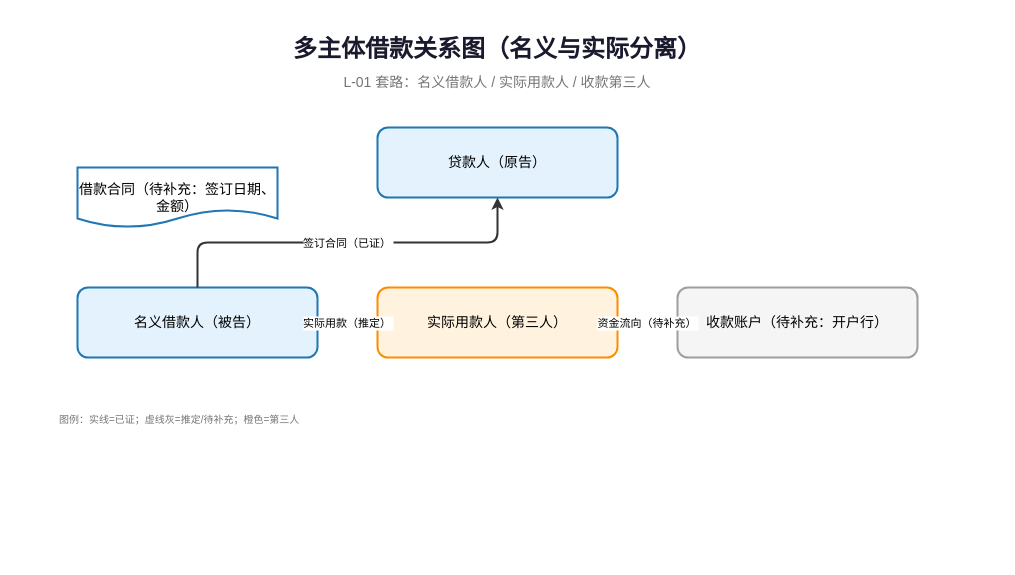
The draw.io diagram skills/legal-visualization/templates/litigation/multi-party-relation.drawio in Verchiel666/legal-skills, before the edit. Source tidied: cells renumbered, new cells numbered last; positions are measured from the earlier drawing's top-left corner, leaving out a move shared by most shapes. Both pictures are drawn from the tidied source at 100%, with x=0, y=0 at pixel (57, 27).
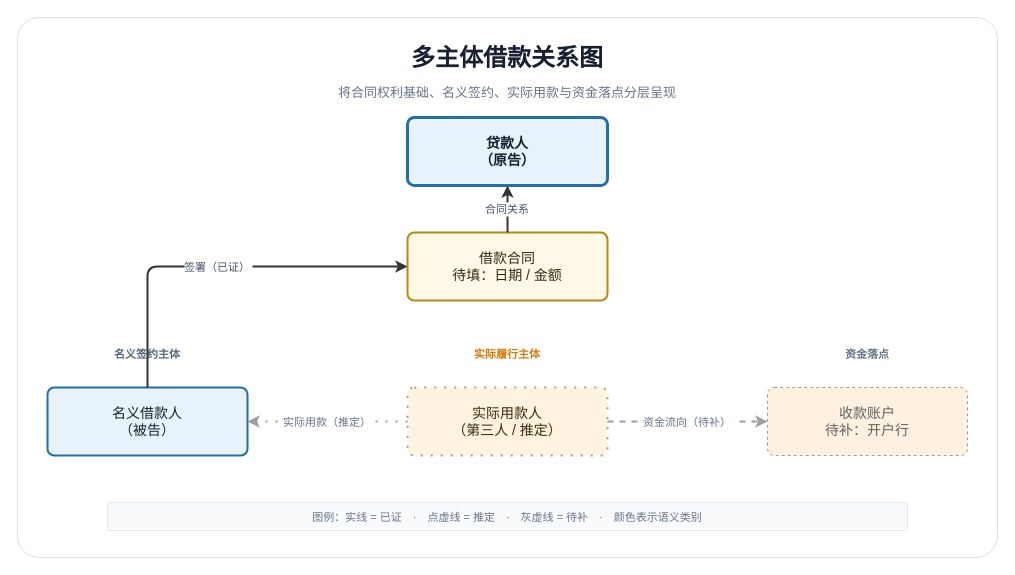
The same diagram, later.

The edit, as a diff of the source:
```diff
@@
 <mxGraphModel>
   <root>
     <mxCell id="0" />
     <mxCell id="1" parent="0" />
+    <mxCell id="13" style="rounded=1;arcSize=4;whiteSpace=wrap;fillColor=#FFFFFF;strokeColor=#D8E0E8;strokeWidth=1;shadow=0;" parent="1" vertex="1">
+      <mxGeometry x="-40" y="-10" width="980" height="540" as="geometry" />
+    </mxCell>
-    <mxCell id="2" value="多主体借款关系图（名义与实际分离）" style="text;fontSize=24;fontStyle=1;align=center;fillColor=none;strokeColor=none;fontColor=#1a1a2e;" parent="1" vertex="1">
-      <mxGeometry width="880" height="40" as="geometry" />
+    <mxCell id="2" value="多主体借款关系图" style="text;fontSize=24;fontStyle=1;align=center;verticalAlign=middle;fillColor=none;strokeColor=none;fontColor=#172033;" parent="1" vertex="1">
+      <mxGeometry x="10" y="8" width="880" height="40" as="geometry" />
     </mxCell>
-    <mxCell id="3" value="L-01 套路：名义借款人 / 实际用款人 / 收款第三人" style="text;fontSize=14;align=center;fillColor=none;strokeColor=none;fontColor=#757575;" parent="1" vertex="1">
-      <mxGeometry y="40" width="880" height="20" as="geometry" />
+    <mxCell id="3" value="将合同权利基础、名义签约、实际用款与资金落点分层呈现" style="text;fontSize=13;align=center;verticalAlign=middle;fillColor=none;strokeColor=none;fontColor=#64748B;" parent="1" vertex="1">
+      <mxGeometry x="10" y="52" width="880" height="24" as="geometry" />
     </mxCell>
-    <mxCell id="4" value="贷款人（原告）" style="rounded=1;whiteSpace=wrap;fillColor=#E3F2FD;strokeColor=#1f77b4;strokeWidth=2;fontSize=14;" parent="1" vertex="1">
-      <mxGeometry x="320" y="100" width="240" height="70" as="geometry" />
+    <mxCell id="4" value="贷款人&#10;（原告）" style="rounded=1;arcSize=10;whiteSpace=wrap;align=center;verticalAlign=middle;spacing=8;fillColor=#E8F2FB;strokeColor=#246FA8;strokeWidth=3;fontSize=14;fontStyle=1;fontColor=#172033;" parent="1" vertex="1">
+      <mxGeometry x="350" y="90" width="200" height="68" as="geometry" />
     </mxCell>
+    <mxCell id="8" value="借款合同&#10;待填：日期 / 金额" style="rounded=1;arcSize=10;whiteSpace=wrap;align=center;verticalAlign=middle;spacing=8;fillColor=#FFF9E8;strokeColor=#B88917;strokeWidth=2;fontSize=14;fontStyle=0;fontColor=#332A12;" parent="1" vertex="1">
+      <mxGeometry x="350" y="205" width="200" height="68" as="geometry" />
+    </mxCell>
+    <mxCell id="14" value="名义签约主体" style="text;fontSize=11;fontStyle=1;align=center;verticalAlign=middle;fillColor=none;strokeColor=none;fontColor=#52677D;" parent="1" vertex="1">
+      <mxGeometry x="-10" y="315" width="200" height="22" as="geometry" />
+    </mxCell>
+    <mxCell id="15" value="实际履行主体" style="text;fontSize=11;fontStyle=1;align=center;verticalAlign=middle;fillColor=none;strokeColor=none;fontColor=#D97706;" parent="1" vertex="1">
+      <mxGeometry x="350" y="315" width="200" height="22" as="geometry" />
+    </mxCell>
+    <mxCell id="16" value="资金落点" style="text;fontSize=11;fontStyle=1;align=center;verticalAlign=middle;fillColor=none;strokeColor=none;fontColor=#64748B;" parent="1" vertex="1">
+      <mxGeometry x="710" y="315" width="200" height="22" as="geometry" />
+    </mxCell>
-    <mxCell id="5" value="名义借款人（被告）" style="rounded=1;whiteSpace=wrap;fillColor=#E3F2FD;strokeColor=#1f77b4;strokeWidth=2;fontSize=14;" parent="1" vertex="1">
-      <mxGeometry x="20" y="260" width="240" height="70" as="geometry" />
+    <mxCell id="5" value="名义借款人&#10;（被告）" style="rounded=1;arcSize=10;whiteSpace=wrap;align=center;verticalAlign=middle;spacing=8;fillColor=#E8F2FB;strokeColor=#246FA8;strokeWidth=2;fontSize=14;fontStyle=0;fontColor=#172033;" parent="1" vertex="1">
+      <mxGeometry x="-10" y="360" width="200" height="68" as="geometry" />
     </mxCell>
-    <mxCell id="6" value="实际用款人（第三人）" style="rounded=1;whiteSpace=wrap;fillColor=#FFF3E0;strokeColor=#FF8C00;strokeWidth=2;fontSize=14;" parent="1" vertex="1">
-      <mxGeometry x="320" y="260" width="240" height="70" as="geometry" />
+    <mxCell id="6" value="实际用款人&#10;（第三人 / 推定）" style="rounded=1;arcSize=10;whiteSpace=wrap;align=center;verticalAlign=middle;spacing=8;fillColor=#FFF2DE;strokeColor=#9E9E9E;strokeWidth=2;fontSize=14;fontStyle=0;fontColor=#3F2A0A;dashed=1;dashPattern=1 4;" parent="1" vertex="1">
+      <mxGeometry x="350" y="360" width="200" height="68" as="geometry" />
     </mxCell>
-    <mxCell id="7" value="收款账户（待补充：开户行）" style="rounded=1;whiteSpace=wrap;fillColor=#F5F5F5;strokeColor=#9E9E9E;strokeWidth=2;fontSize=14;" parent="1" vertex="1">
-      <mxGeometry x="620" y="260" width="240" height="70" as="geometry" />
+    <mxCell id="7" value="收款账户&#10;待补：开户行" style="rounded=1;arcSize=10;whiteSpace=wrap;align=center;verticalAlign=middle;spacing=8;fillColor=#FFF1DF;strokeColor=#9E9E9E;strokeWidth=1;fontSize=14;fontStyle=0;fontColor=#616161;dashed=1;" parent="1" vertex="1">
+      <mxGeometry x="710" y="360" width="200" height="68" as="geometry" />
     </mxCell>
-    <mxCell id="8" value="借款合同（待补充：签订日期、金额）" style="shape=document;whiteSpace=wrap;fillColor=#FFFFFF;strokeColor=#1f77b4;strokeWidth=2;fontSize=14;" parent="1" vertex="1">
-      <mxGeometry x="20" y="140" width="200" height="60" as="geometry" />
-    </mxCell>
-    <mxCell id="9" value="签订合同（已证）" style="endArrow=classic;strokeWidth=2;strokeColor=#333333;exitX=0.5;exitY=0;entryX=0.5;entryY=1;edgeStyle=orthogonalEdgeStyle;" parent="1" edge="1" source="5" target="4">
+    <mxCell id="9" value="合同关系" style="endArrow=classic;strokeWidth=2;strokeColor=#333333;dashed=0;exitX=0.5;exitY=0;entryX=0.5;entryY=1;edgeStyle=orthogonalEdgeStyle;rounded=1;fontSize=11;fontColor=#475569;labelBackgroundColor=#FFFFFF;" parent="1" edge="1" source="8" target="4">
       <mxGeometry relative="1" as="geometry" />
     </mxCell>
-    <mxCell id="10" value="实际用款（推定）" style="endArrow=classic;strokeWidth=2;strokeColor=#9E9E9E;dashed=1;exitX=0;exitY=0.5;entryX=1;entryY=0.5;edgeStyle=orthogonalEdgeStyle;" parent="1" edge="1" source="6" target="5">
+    <mxCell id="10" value="实际用款（推定）" style="endArrow=classic;strokeWidth=2;strokeColor=#9E9E9E;dashed=1;dashPattern=1 4;exitX=0;exitY=0.5;entryX=1;entryY=0.5;edgeStyle=orthogonalEdgeStyle;rounded=1;fontSize=11;fontColor=#64748B;labelBackgroundColor=#FFFFFF;" parent="1" edge="1" source="6" target="5">
       <mxGeometry relative="1" as="geometry" />
     </mxCell>
-    <mxCell id="11" value="资金流向（待补充）" style="endArrow=classic;strokeWidth=2;strokeColor=#9E9E9E;dashed=1;exitX=1;exitY=0.5;entryX=0;entryY=0.5;edgeStyle=orthogonalEdgeStyle;" parent="1" edge="1" source="6" target="7">
+    <mxCell id="11" value="资金流向（待补）" style="endArrow=classic;strokeWidth=2;strokeColor=#9E9E9E;dashed=1;exitX=1;exitY=0.5;entryX=0;entryY=0.5;edgeStyle=orthogonalEdgeStyle;rounded=1;fontSize=11;fontColor=#64748B;labelBackgroundColor=#FFFFFF;" parent="1" edge="1" source="6" target="7">
       <mxGeometry relative="1" as="geometry" />
     </mxCell>
+    <mxCell id="17" value="签署（已证）" style="endArrow=classic;strokeWidth=2;strokeColor=#333333;dashed=0;exitX=0.5;exitY=0;entryX=0;entryY=0.5;edgeStyle=orthogonalEdgeStyle;rounded=1;fontSize=11;fontColor=#475569;labelBackgroundColor=#FFFFFF;" parent="1" edge="1" source="5" target="8">
+      <mxGeometry relative="1" as="geometry" />
+    </mxCell>
-    <mxCell id="12" value="图例：实线=已证；虚线灰=推定/待补充；橙色=第三人" style="text;fontSize=10;align=left;fillColor=none;strokeColor=none;fontColor=#757575;" parent="1" vertex="1">
-      <mxGeometry y="380" width="600" height="20" as="geometry" />
+    <mxCell id="12" value="图例：实线 = 已证　·　点虚线 = 推定　·　灰虚线 = 待补　·　颜色表示语义类别" style="text;fontSize=11;align=center;verticalAlign=middle;fillColor=#F8FAFC;strokeColor=#E2E8F0;rounded=1;arcSize=8;fontColor=#64748B;spacing=4;" parent="1" vertex="1">
+      <mxGeometry x="50" y="475" width="800" height="28" as="geometry" />
     </mxCell>
   </root>
 </mxGraphModel>
```
